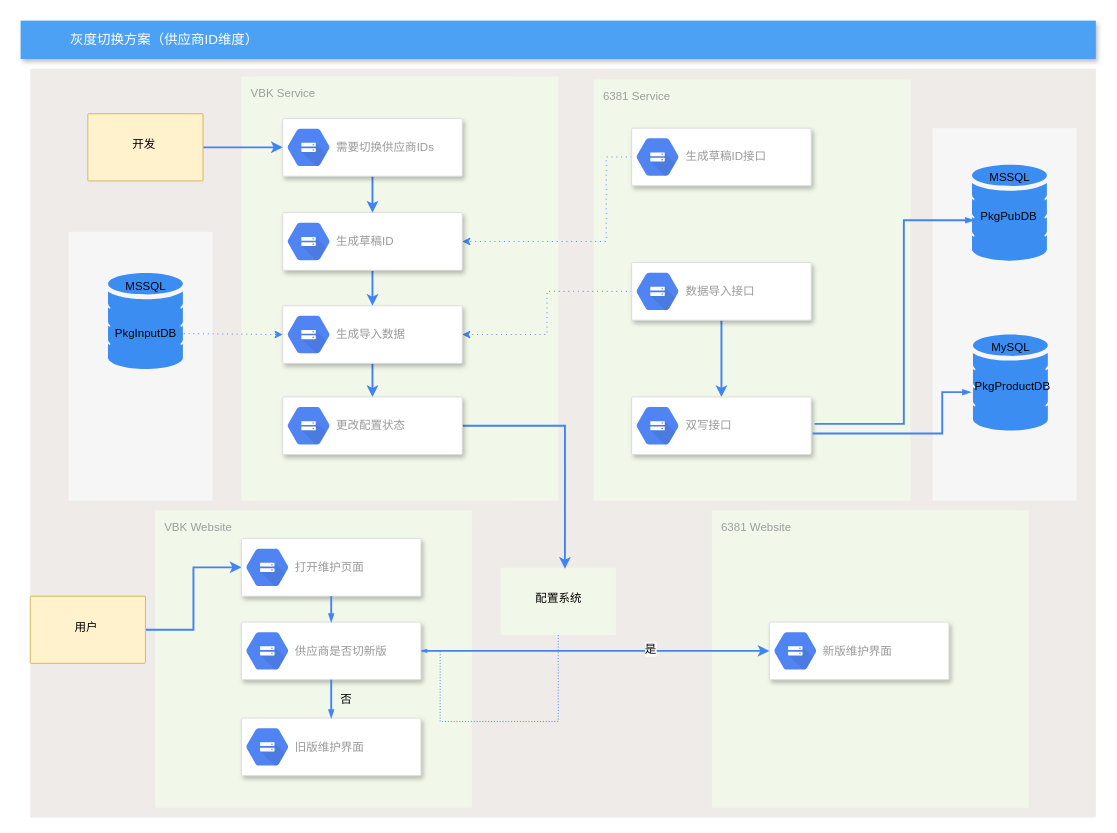
Above: 灰度切换方案.drawio in DevinDong/AI (draw.io), before the change. Source tidied: cells renumbered, new cells numbered last; positions are measured from the earlier drawing's top-left corner, leaving out a move shared by most shapes. Both pictures are drawn from the tidied source at 96%, with x=0, y=0 at pixel (20, 20).
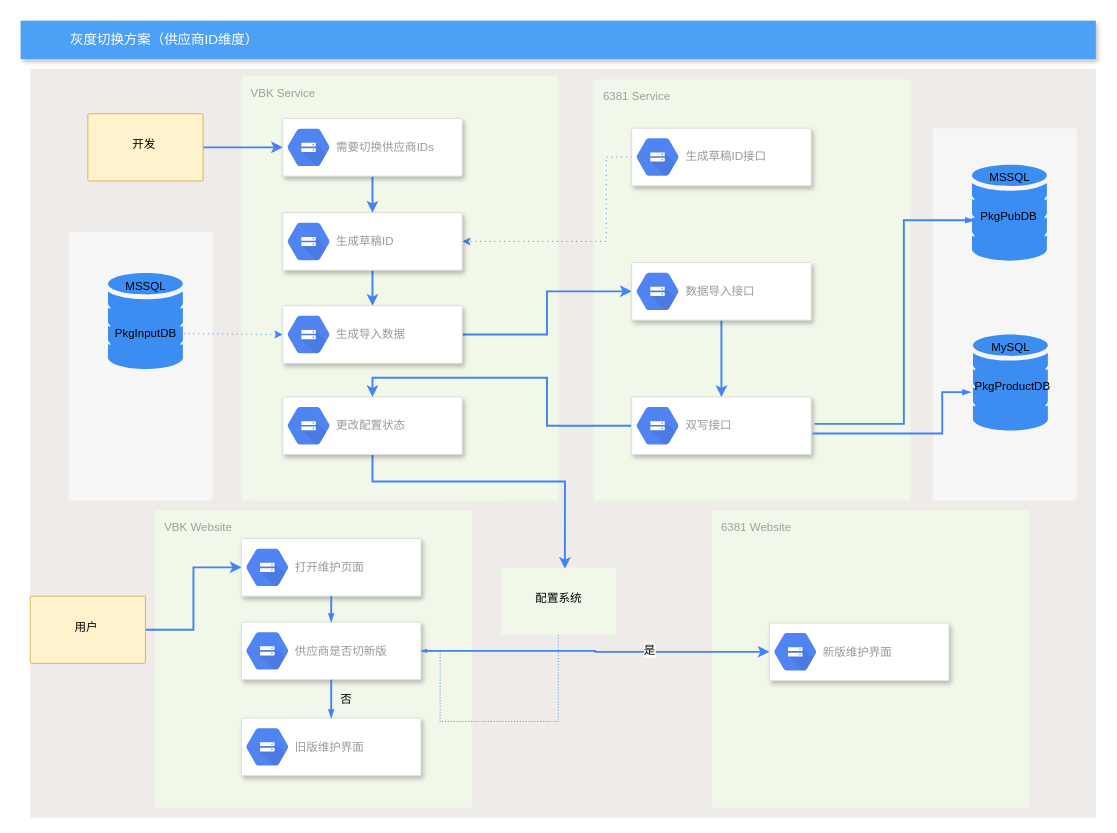
Above is the later version.

Commit message:
Update 灰度切换方案.drawio

The change refers to these unchanged cells:
```xml
<mxCell id="11" value="&lt;font color=&quot;#000000&quot;&gt;&lt;br&gt;&amp;nbsp; &amp;nbsp; &amp;nbsp; &amp;nbsp; 配置系统&lt;/font&gt;" style="points=[[0,0,0],[0.25,0,0],[0.5,0,0],[0.75,0,0],[1,0,0],[1,0.25,0],[1,0.5,0],[1,0.75,0],[1,1,0],[0.75,1,0],[0.5,1,0],[0.25,1,0],[0,1,0],[0,0.75,0],[0,0.5,0],[0,0.25,0]];rounded=1;absoluteArcSize=1;arcSize=2;html=1;strokeColor=none;gradientColor=none;shadow=0;dashed=0;fontSize=12;fontColor=#9E9E9E;align=left;verticalAlign=top;spacing=10;spacingTop=-4;fillColor=#F1F8E9;" parent="1" vertex="1">
  <mxGeometry x="500" y="570" width="120" height="70" as="geometry" />
</mxCell>
<mxCell id="26" style="strokeColor=#dddddd;fillColor=#ffffff;shadow=1;strokeWidth=1;rounded=1;absoluteArcSize=1;arcSize=2;fontSize=17;fontColor=#000000;align=right;html=1;" parent="1" vertex="1">
  <mxGeometry x="273" y="297" width="187" height="60" as="geometry" />
</mxCell>
<mxCell id="29" style="strokeColor=#dddddd;fillColor=#ffffff;shadow=1;strokeWidth=1;rounded=1;absoluteArcSize=1;arcSize=2;fontSize=17;fontColor=#000000;align=right;html=1;" parent="1" vertex="1">
  <mxGeometry x="273" y="392" width="187" height="60" as="geometry" />
</mxCell>
<mxCell id="35" style="strokeColor=#dddddd;fillColor=#ffffff;shadow=1;strokeWidth=1;rounded=1;absoluteArcSize=1;arcSize=2;fontSize=17;fontColor=#000000;align=right;html=1;" parent="1" vertex="1">
  <mxGeometry x="636.5" y="252" width="187" height="60" as="geometry" />
</mxCell>
<mxCell id="37" style="strokeColor=#dddddd;fillColor=#ffffff;shadow=1;strokeWidth=1;rounded=1;absoluteArcSize=1;arcSize=2;fontSize=17;fontColor=#000000;align=right;html=1;" parent="1" vertex="1">
  <mxGeometry x="636.5" y="392" width="187" height="60" as="geometry" />
</mxCell>
```

Diff of the diagram source:
```diff
@@
-    <mxCell id="24" style="edgeStyle=orthogonalEdgeStyle;rounded=0;jettySize=auto;html=1;strokeColor=#4284F3;strokeWidth=1;dashed=1;dashPattern=1 4;exitX=0;exitY=0.5;exitDx=0;exitDy=0;" parent="1" edge="1" source="35" target="26">
+    <mxCell id="24" style="edgeStyle=orthogonalEdgeStyle;rounded=0;jettySize=auto;html=1;strokeColor=#4284F3;strokeWidth=2;entryX=0;entryY=0.5;entryDx=0;entryDy=0;" parent="1" edge="1" source="26" target="35">
       <mxGeometry relative="1" as="geometry" />
     </mxCell>
-    <mxCell id="25" style="edgeStyle=orthogonalEdgeStyle;rounded=0;jettySize=auto;html=1;strokeColor=#4284F3;strokeWidth=2;" parent="1" edge="1" source="26" target="29">
-      <mxGeometry relative="1" as="geometry" />
-    </mxCell>
@@
     <mxCell id="28" style="edgeStyle=orthogonalEdgeStyle;rounded=0;jettySize=auto;html=1;entryX=0.558;entryY=0.014;entryDx=0;entryDy=0;entryPerimeter=0;strokeColor=#4284F3;strokeWidth=2;" parent="1" edge="1" source="29" target="11">
-      <mxGeometry relative="1" as="geometry" />
+      <mxGeometry relative="1" as="geometry">
+        <Array as="points">
+          <mxPoint x="367" y="480" />
+          <mxPoint x="567" y="480" />
+        </Array>
+      </mxGeometry>
     </mxCell>
@@
+    <mxCell id="63" style="edgeStyle=orthogonalEdgeStyle;rounded=0;jettySize=auto;html=1;entryX=0.5;entryY=0;entryDx=0;entryDy=0;strokeWidth=2;strokeColor=#4284F3;" parent="1" edge="1" source="37" target="29">
+      <mxGeometry relative="1" as="geometry" />
+    </mxCell>
@@
     <mxCell id="57" style="strokeColor=#dddddd;fillColor=#ffffff;shadow=1;strokeWidth=1;rounded=1;absoluteArcSize=1;arcSize=2;fontSize=17;fontColor=#000000;align=right;html=1;" parent="1" vertex="1">
-      <mxGeometry x="780" y="626.5" width="187" height="60" as="geometry" />
+      <mxGeometry x="780" y="627.5" width="187" height="60" as="geometry" />
     </mxCell>
```
